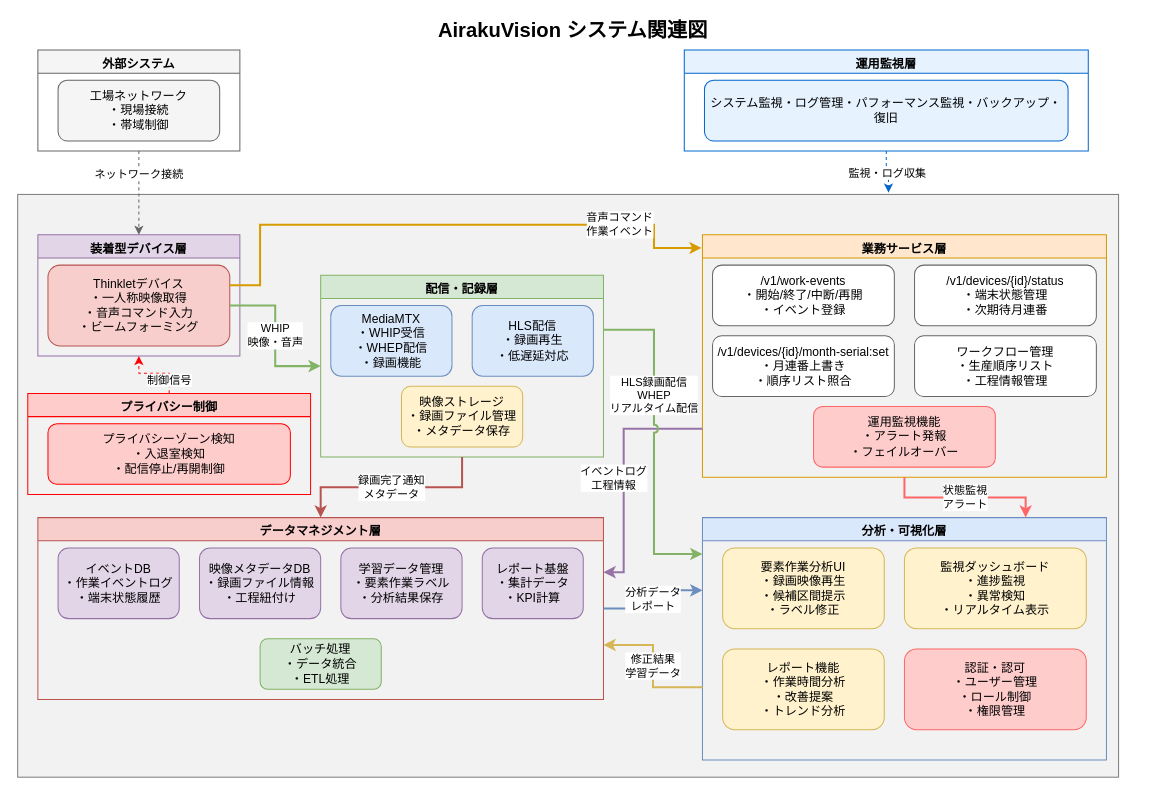
This is docs/03000_設計書/03000_システム基本設計/システム基本設計システム関連図.drawio from daichiTAAA/AirakuVision, a draw.io file, before an edit. Source tidied: cells renumbered, new cells numbered last; positions are measured from the earlier drawing's top-left corner, leaving out a move shared by most shapes. Both pictures are drawn from the tidied source at 101%, with x=0, y=0 at pixel (17, 19).
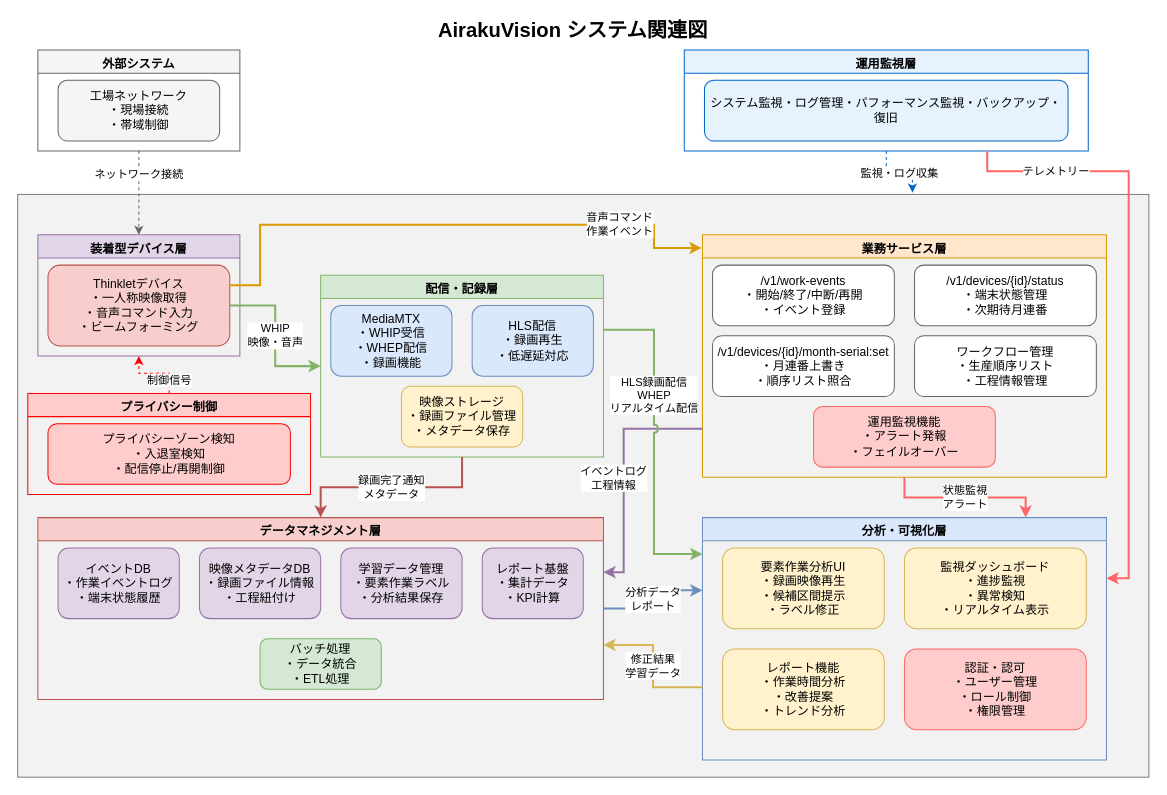
Above is the later version.

Unchanged cells that the change refers to:
```xml
<mxCell id="21" value="分析・可視化層" style="swimlane;fontStyle=1;align=center;verticalAlign=top;whiteSpace=wrap;html=1;fillColor=#dae8fc;strokeColor=#6c8ebf;" parent="1" vertex="1">
  <mxGeometry x="678" y="493" width="400" height="240" as="geometry" />
</mxCell>
<mxCell id="30" value="運用監視層" style="swimlane;fontStyle=1;align=center;verticalAlign=top;whiteSpace=wrap;html=1;fillColor=#e6f3ff;strokeColor=#0066cc;" parent="1" vertex="1">
  <mxGeometry x="660" y="30" width="400" height="100" as="geometry" />
</mxCell>
```

Change to the diagram source:
```diff
@@
     <mxCell id="2" style="whiteSpace=wrap;html=1;fillColor=#E6E6E6;fontColor=#333333;strokeColor=#000000;opacity=50;" parent="1" vertex="1">
-      <mxGeometry y="173" width="1090" height="577" as="geometry" />
+      <mxGeometry y="173" width="1120" height="577" as="geometry" />
     </mxCell>
@@
+    <mxCell id="44" value="テレメトリー" style="edgeStyle=orthogonalEdgeStyle;rounded=0;jettySize=auto;html=1;strokeWidth=2;strokeColor=#ff6666;jumpStyle=arc;exitX=0.75;exitY=1;exitDx=0;exitDy=0;entryX=1;entryY=0.25;entryDx=0;entryDy=0;" parent="1" edge="1" source="30" target="21">
+      <mxGeometry x="-0.7" relative="1" as="geometry">
+        <Array as="points">
+          <mxPoint x="960" y="150" />
+          <mxPoint x="1100" y="150" />
+          <mxPoint x="1100" y="553" />
+        </Array>
+      </mxGeometry>
+    </mxCell>
```
